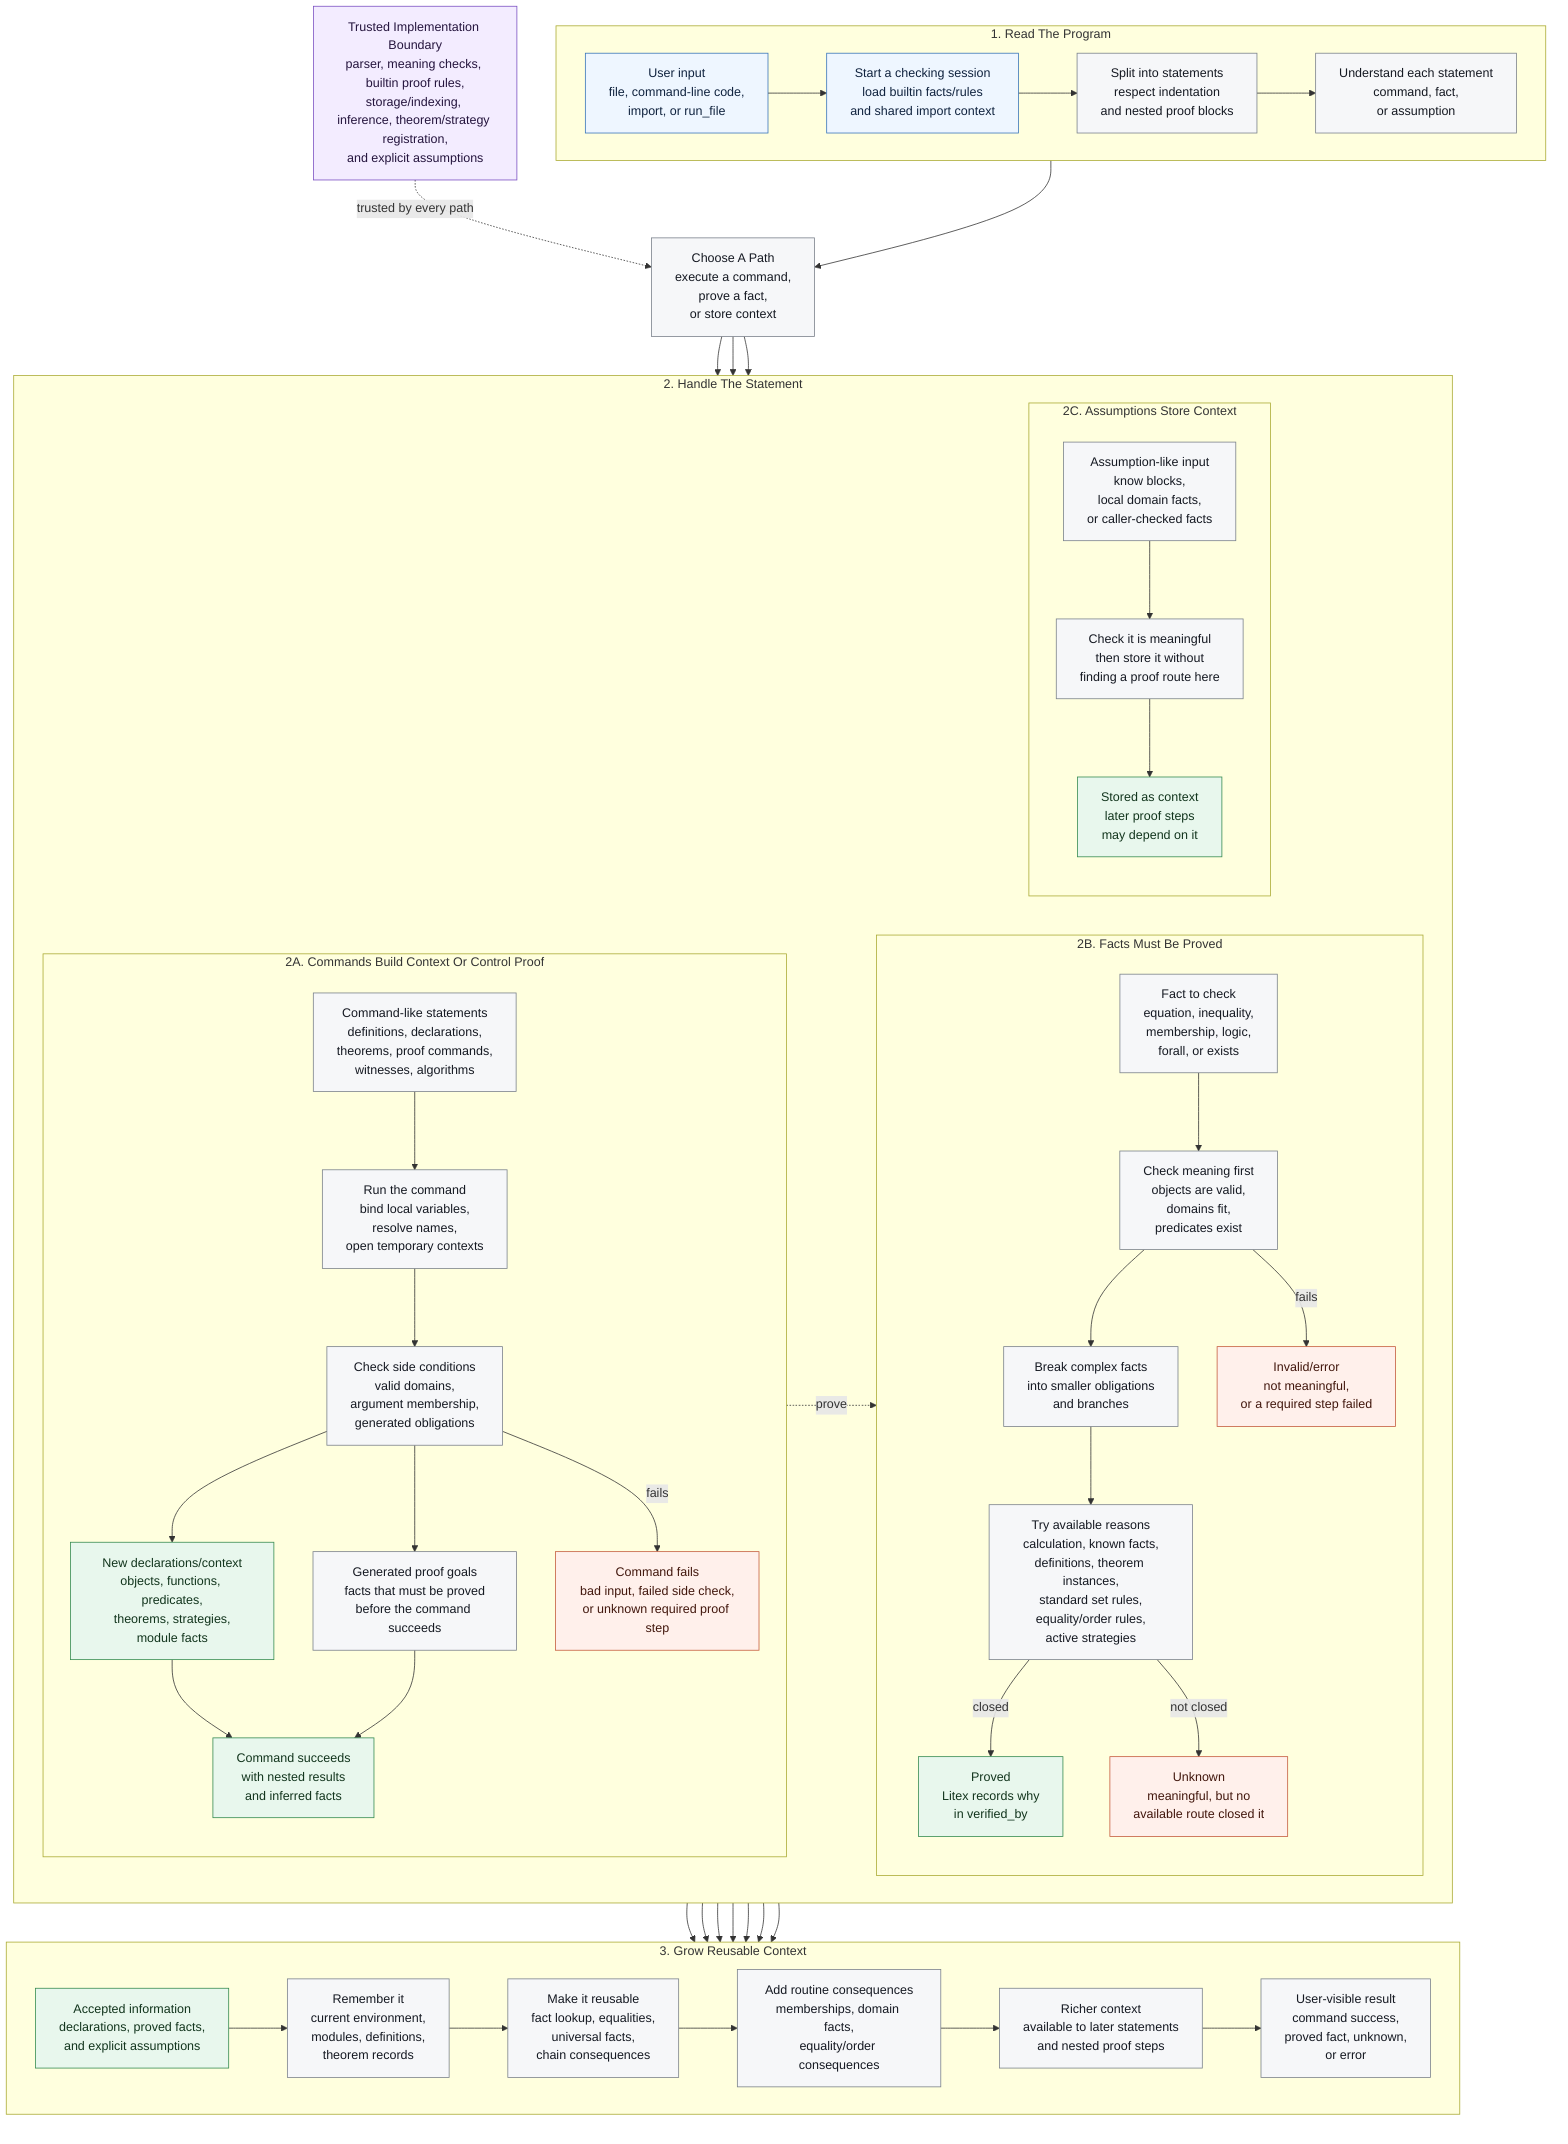
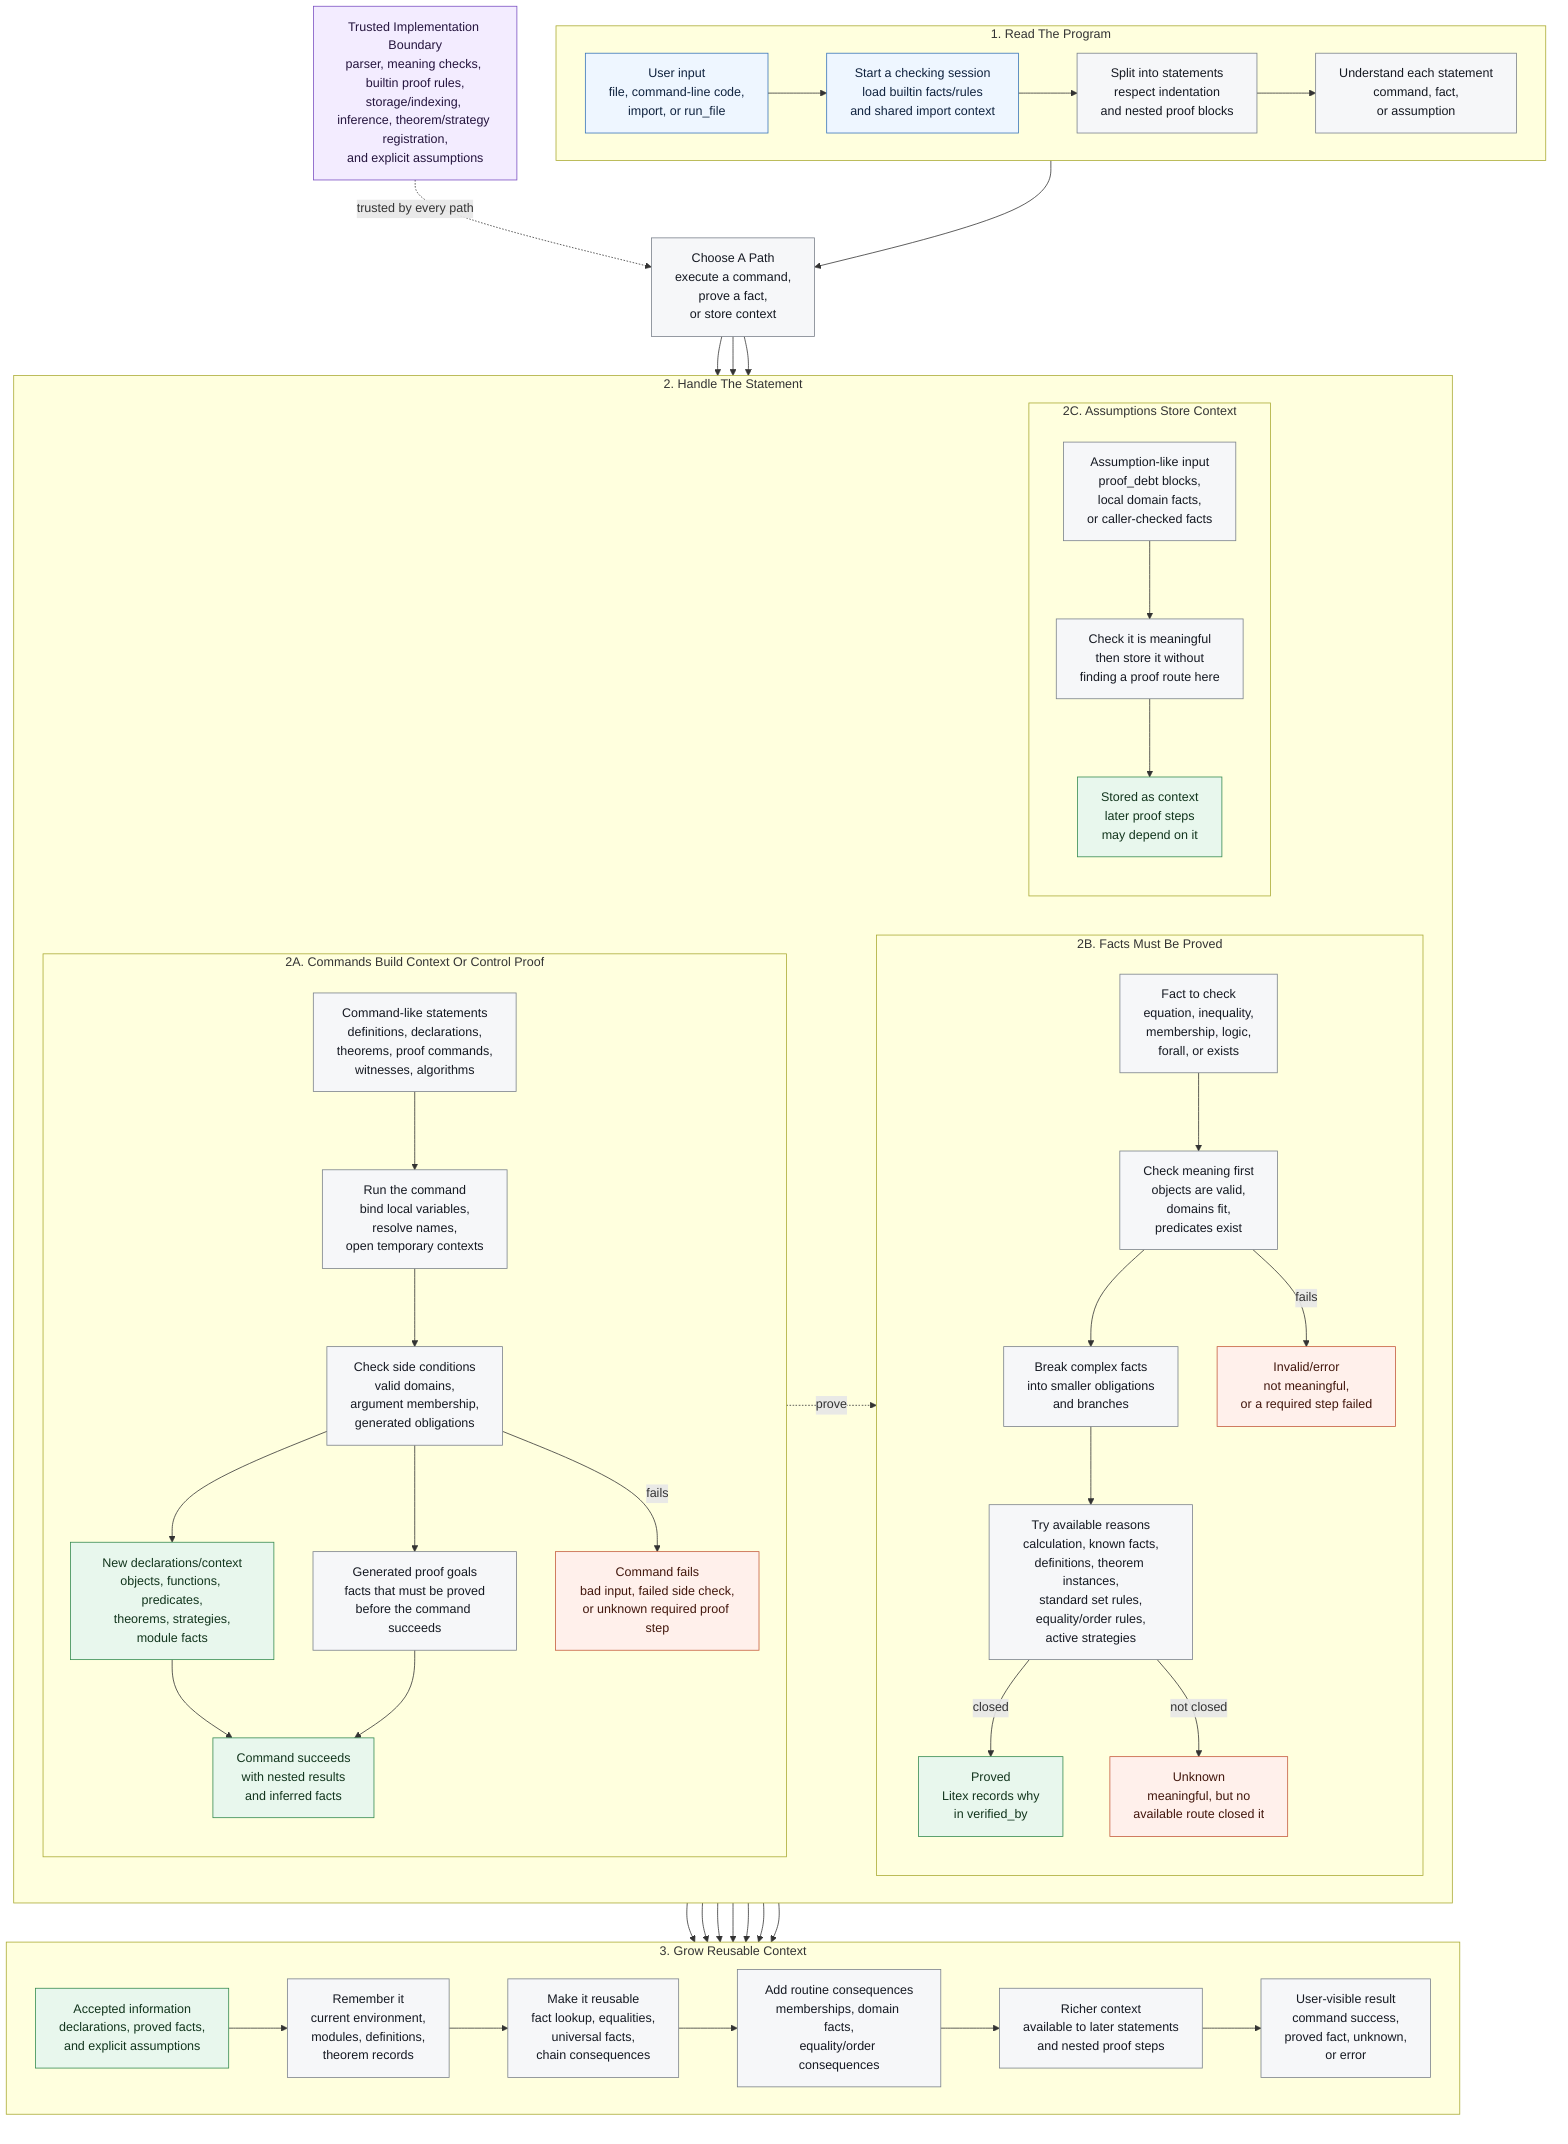
%% Litex whole-run flow.
%% Editable asset source for verifier-flow experiments.
%% Keep labels reader-facing: describe each stage, not Rust function names.
%% The README PNG can be manually laid out from this structure for readability.
flowchart TB
    subgraph source["1. Read The Program"]
        direction LR
        input["User input<br/>file, command-line code,<br/>import, or run_file"]
        session["Start a checking session<br/>load builtin facts/rules<br/>and shared import context"]
        blocks["Split into statements<br/>respect indentation<br/>and nested proof blocks"]
        understand["Understand each statement<br/>command, fact,<br/>or assumption"]

        input --> session --> blocks --> understand
    end

    dispatch["Choose A Path<br/>execute a command,<br/>prove a fact,<br/>or store context"]

    subgraph paths["2. Handle The Statement"]
        direction LR

        subgraph command_path["2A. Commands Build Context Or Control Proof"]
            direction TB
            command_kinds["Command-like statements<br/>definitions, declarations,<br/>theorems, proof commands,<br/>witnesses, algorithms"]
            command_work["Run the command<br/>bind local variables,<br/>resolve names,<br/>open temporary contexts"]
            side_checks["Check side conditions<br/>valid domains,<br/>argument membership,<br/>generated obligations"]
            new_decls["New declarations/context<br/>objects, functions, predicates,<br/>theorems, strategies,<br/>module facts"]
            command_goals["Generated proof goals<br/>facts that must be proved<br/>before the command succeeds"]
            command_done["Command succeeds<br/>with nested results<br/>and inferred facts"]
            command_bad["Command fails<br/>bad input, failed side check,<br/>or unknown required proof step"]

            command_kinds --> command_work --> side_checks
            side_checks --> new_decls --> command_done
            side_checks --> command_goals --> command_done
            side_checks -->|"fails"| command_bad
        end

        subgraph fact_path["2B. Facts Must Be Proved"]
            direction TB
            fact_input["Fact to check<br/>equation, inequality,<br/>membership, logic,<br/>forall, or exists"]
            meaningful["Check meaning first<br/>objects are valid,<br/>domains fit,<br/>predicates exist"]
            split_fact["Break complex facts<br/>into smaller obligations<br/>and branches"]
            search["Try available reasons<br/>calculation, known facts,<br/>definitions, theorem instances,<br/>standard set rules,<br/>equality/order rules,<br/>active strategies"]
            proved["Proved<br/>Litex records why<br/>in verified_by"]
            unknown["Unknown<br/>meaningful, but no<br/>available route closed it"]
            invalid["Invalid/error<br/>not meaningful,<br/>or a required step failed"]

            fact_input --> meaningful --> split_fact --> search
            search -->|"closed"| proved
            search -->|"not closed"| unknown
            meaningful -->|"fails"| invalid
        end

        subgraph assume_path["2C. Assumptions Store Context"]
            direction TB
-             assume_input["Assumption-like input<br/>know blocks,<br/>local domain facts,<br/>or caller-checked facts"]
+             assume_input["Assumption-like input<br/>proof_debt blocks,<br/>local domain facts,<br/>or caller-checked facts"]
            assume_check["Check it is meaningful<br/>then store it without<br/>finding a proof route here"]
            assumed["Stored as context<br/>later proof steps<br/>may depend on it"]

            assume_input --> assume_check --> assumed
        end
    end

    subgraph context["3. Grow Reusable Context"]
        direction LR
        accepted["Accepted information<br/>declarations, proved facts,<br/>and explicit assumptions"]
        remember["Remember it<br/>current environment,<br/>modules, definitions,<br/>theorem records"]
        index["Make it reusable<br/>fact lookup, equalities,<br/>universal facts,<br/>chain consequences"]
        infer["Add routine consequences<br/>memberships, domain facts,<br/>equality/order consequences"]
        reuse["Richer context<br/>available to later statements<br/>and nested proof steps"]
        output["User-visible result<br/>command success,<br/>proved fact, unknown,<br/>or error"]

        accepted --> remember --> index --> infer --> reuse --> output
    end

    boundary["Trusted Implementation Boundary<br/>parser, meaning checks, builtin proof rules,<br/>storage/indexing, inference, theorem/strategy registration,<br/>and explicit assumptions"]

    understand --> dispatch
    dispatch --> command_kinds
    dispatch --> fact_input
    dispatch --> assume_input

    command_goals -. "prove" .-> fact_input
    new_decls --> accepted
    command_done --> output
    command_bad --> output
    proved --> accepted
    assumed --> accepted
    unknown --> output
    invalid --> output
    boundary -. "trusted by every path" .-> dispatch

    classDef input fill:#eef6ff,stroke:#3673b8,color:#10233f;
    classDef process fill:#f6f7f9,stroke:#79808a,color:#151922;
    classDef success fill:#e8f7ed,stroke:#348a50,color:#12351d;
    classDef warn fill:#fff0eb,stroke:#c45b3c,color:#42170d;
    classDef trusted fill:#f3ecff,stroke:#7a4fc2,color:#25153e;

    class input,session input;
    class blocks,understand,dispatch,command_kinds,command_work,side_checks,command_goals,fact_input,meaningful,split_fact,search,assume_input,assume_check,remember,index,infer,reuse,output process;
    class new_decls,command_done,proved,assumed,accepted success;
    class unknown,invalid,command_bad warn;
    class boundary trusted;
